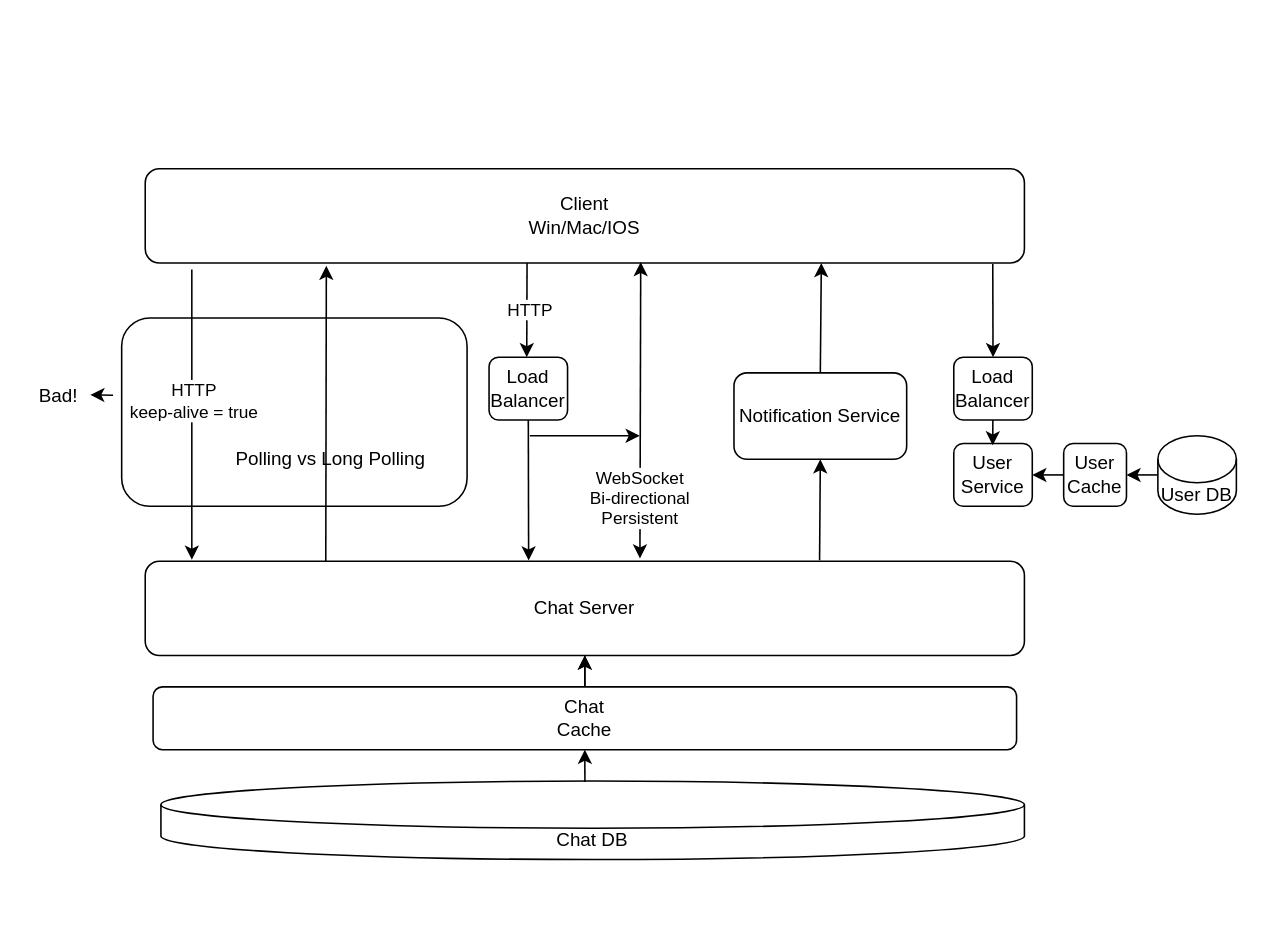
Earlier version of the draw.io diagram 10_Chat.drawio (xwq172677170/SysdDiagram). Source tidied: cells renumbered, new cells numbered last; positions are measured from the earlier drawing's top-left corner, leaving out a move shared by most shapes. Both pictures are drawn from the tidied source at 157%, with x=0, y=0 at pixel (27, 168).
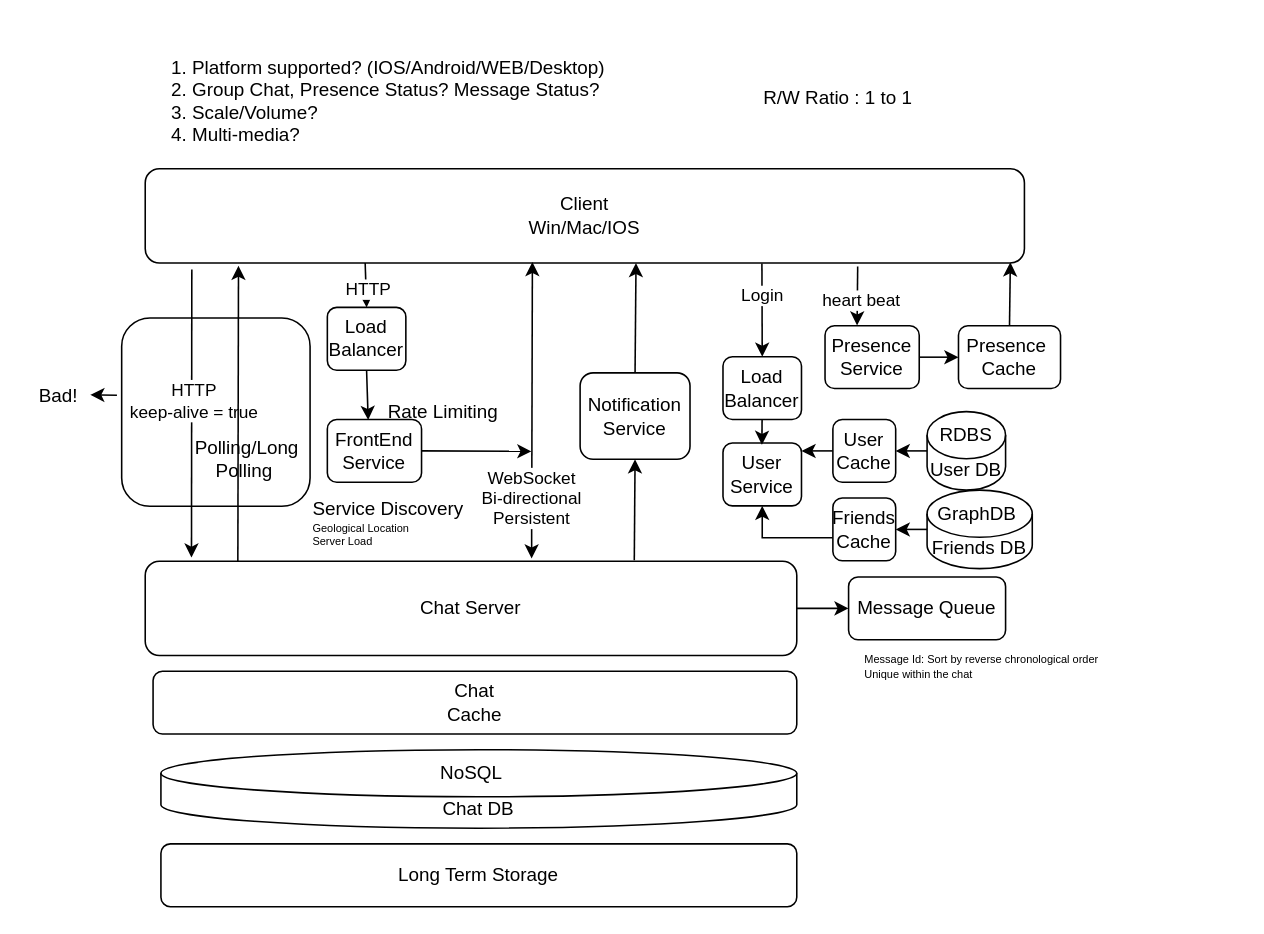
After the change.

Unchanged cells that the change refers to:
```xml
<mxCell id="3" value="Client&lt;br&gt;Win/Mac/IOS" style="rounded=1;whiteSpace=wrap;html=1;" parent="1" vertex="1">
  <mxGeometry x="75" width="560" height="60" as="geometry" />
</mxCell>
```

Diff of the diagram source:
```diff
@@
     <mxCell id="2" style="rounded=1;whiteSpace=wrap;html=1;" parent="1" vertex="1">
-      <mxGeometry x="60" y="95" width="220" height="120" as="geometry" />
+      <mxGeometry x="60" y="95" width="120" height="120" as="geometry" />
     </mxCell>
@@
     <mxCell id="4" value="Chat Server" style="rounded=1;whiteSpace=wrap;html=1;" parent="1" vertex="1">
-      <mxGeometry x="75" y="250" width="560" height="60" as="geometry" />
+      <mxGeometry x="75" y="250" width="415" height="60" as="geometry" />
     </mxCell>
-    <mxCell id="5" style="endArrow=classic;html=1;rounded=0;exitX=0.053;exitY=1.07;exitDx=0;exitDy=0;exitPerimeter=0;entryX=0.053;entryY=-0.017;entryDx=0;entryDy=0;entryPerimeter=0;" parent="1" edge="1" source="3" target="4">
+    <mxCell id="5" style="endArrow=classic;html=1;rounded=0;exitX=0.053;exitY=1.07;exitDx=0;exitDy=0;exitPerimeter=0;entryX=0.071;entryY=-0.039;entryDx=0;entryDy=0;entryPerimeter=0;" parent="1" edge="1" source="3" target="4">
       <mxGeometry relative="1" as="geometry" />
     </mxCell>
@@
-    <mxCell id="7" style="endArrow=classic;html=1;rounded=0;entryX=0.206;entryY=1.03;entryDx=0;entryDy=0;entryPerimeter=0;" parent="1" edge="1" target="3">
+    <mxCell id="7" style="endArrow=classic;html=1;rounded=0;entryX=0.206;entryY=1.03;entryDx=0;entryDy=0;entryPerimeter=0;" parent="1" edge="1">
       <mxGeometry relative="1" as="geometry">
-        <mxPoint x="190" y="250" as="sourcePoint" />
+        <mxPoint x="134" y="250" as="sourcePoint" />
+        <mxPoint x="134.4" y="61.8" as="targetPoint" />
       </mxGeometry>
     </mxCell>
-    <mxCell id="8" value="Polling vs Long Polling&amp;nbsp;" style="text;html=1;strokeColor=none;fillColor=none;align=center;verticalAlign=middle;whiteSpace=wrap;rounded=0;" parent="1" vertex="1">
-      <mxGeometry x="130" y="170" width="130" height="30" as="geometry" />
+    <mxCell id="8" value="Polling/Long Polling&amp;nbsp;" style="text;html=1;strokeColor=none;fillColor=none;align=center;verticalAlign=middle;whiteSpace=wrap;rounded=0;" parent="1" vertex="1">
+      <mxGeometry x="110" y="169.7" width="60" height="30" as="geometry" />
     </mxCell>
     <mxCell id="9" style="endArrow=classic;startArrow=classic;html=1;rounded=0;entryX=0.569;entryY=0.99;entryDx=0;entryDy=0;entryPerimeter=0;exitX=0.568;exitY=-0.03;exitDx=0;exitDy=0;exitPerimeter=0;" parent="1" edge="1">
       <mxGeometry relative="1" as="geometry">
-        <mxPoint x="390.1" y="248.2" as="sourcePoint" />
-        <mxPoint x="390.6" y="59.4" as="targetPoint" />
+        <mxPoint x="321.1" y="248.2" as="sourcePoint" />
+        <mxPoint x="321.6" y="59.4" as="targetPoint" />
       </mxGeometry>
     </mxCell>
@@
     <mxCell id="11" value="Chat DB" style="shape=cylinder3;whiteSpace=wrap;html=1;boundedLbl=1;backgroundOutline=1;size=15;" parent="1" vertex="1">
-      <mxGeometry x="85" y="390" width="550" height="50" as="geometry" />
+      <mxGeometry x="85" y="370" width="405" height="50" as="geometry" />
     </mxCell>
-    <mxCell id="12" style="edgeStyle=orthogonalEdgeStyle;rounded=0;jettySize=auto;html=1;" parent="1" edge="1" source="14">
-      <mxGeometry relative="1" as="geometry">
-        <mxPoint x="355" y="310" as="targetPoint" />
-      </mxGeometry>
-    </mxCell>
-    <mxCell id="13" style="edgeStyle=orthogonalEdgeStyle;rounded=0;jettySize=auto;html=1;" parent="1" edge="1" source="14" target="4">
-      <mxGeometry relative="1" as="geometry" />
-    </mxCell>
     <mxCell id="14" value="Chat&lt;br&gt;Cache" style="rounded=1;whiteSpace=wrap;html=1;" parent="1" vertex="1">
-      <mxGeometry x="80" y="330" width="550" height="40" as="geometry" />
+      <mxGeometry x="80" y="320" width="410" height="40" as="geometry" />
     </mxCell>
     <mxCell id="15" value="User Service" style="rounded=1;whiteSpace=wrap;html=1;" parent="1" vertex="1">
-      <mxGeometry x="590" y="175" width="50" height="40" as="geometry" />
+      <mxGeometry x="443" y="174.7" width="50" height="40" as="geometry" />
     </mxCell>
-    <mxCell id="16" style="endArrow=classic;html=1;rounded=0;entryX=0.5;entryY=1;entryDx=0;entryDy=0;exitX=0.491;exitY=0.013;exitDx=0;exitDy=0;exitPerimeter=0;" parent="1" edge="1" source="11" target="14">
-      <mxGeometry relative="1" as="geometry" />
-    </mxCell>
     <mxCell id="17" value="Load Balancer" style="rounded=1;whiteSpace=wrap;html=1;" parent="1" vertex="1">
-      <mxGeometry x="590" y="120" width="50" height="40" as="geometry" />
+      <mxGeometry x="443" y="119.7" width="50" height="40" as="geometry" />
     </mxCell>
-    <mxCell id="18" style="endArrow=classic;html=1;rounded=0;entryX=0.5;entryY=0;entryDx=0;entryDy=0;exitX=0.964;exitY=1.011;exitDx=0;exitDy=0;exitPerimeter=0;" parent="1" edge="1" source="3" target="17">
-      <mxGeometry relative="1" as="geometry" />
+    <mxCell id="18" style="endArrow=classic;html=1;rounded=0;entryX=0.5;entryY=0;entryDx=0;entryDy=0;exitX=0.964;exitY=1.011;exitDx=0;exitDy=0;exitPerimeter=0;" parent="1" edge="1" target="17">
+      <mxGeometry relative="1" as="geometry">
+        <mxPoint x="467.8" y="60.3" as="sourcePoint" />
+      </mxGeometry>
     </mxCell>
+    <mxCell id="34" value="Login" style="edgeLabel;html=1;align=center;verticalAlign=middle;" parent="18" vertex="1">
+      <mxGeometry x="-0.32" relative="1" as="geometry" />
+    </mxCell>
     <mxCell id="19" style="endArrow=classic;html=1;rounded=0;entryX=0.496;entryY=0.029;entryDx=0;entryDy=0;exitX=0.964;exitY=1.011;exitDx=0;exitDy=0;exitPerimeter=0;entryPerimeter=0;" parent="1" edge="1" target="15">
       <mxGeometry relative="1" as="geometry">
-        <mxPoint x="614.9" y="160" as="sourcePoint" />
+        <mxPoint x="467.9" y="159.7" as="sourcePoint" />
       </mxGeometry>
     </mxCell>
@@
-    <mxCell id="22" style="endArrow=classic;html=1;rounded=0;exitX=0.42;exitY=1;exitDx=0;exitDy=0;exitPerimeter=0;" parent="1" edge="1">
+    <mxCell id="22" style="endArrow=classic;html=1;rounded=0;exitX=0.427;exitY=1.028;exitDx=0;exitDy=0;exitPerimeter=0;entryX=0.5;entryY=0;entryDx=0;entryDy=0;" parent="1" edge="1" target="25">
       <mxGeometry relative="1" as="geometry">
-        <mxPoint x="318.2" y="60" as="sourcePoint" />
-        <mxPoint x="318" y="120" as="targetPoint" />
+        <mxPoint x="215.1" y="60" as="sourcePoint" />
       </mxGeometry>
     </mxCell>
@@
-    <mxCell id="24" style="endArrow=classic;html=1;rounded=0;" parent="1" edge="1">
+    <mxCell id="24" style="endArrow=classic;html=1;rounded=0;exitX=1;exitY=0.5;exitDx=0;exitDy=0;" parent="1" edge="1" source="41">
       <mxGeometry relative="1" as="geometry">
-        <mxPoint x="320" y="170" as="sourcePoint" />
-        <mxPoint x="390" y="170" as="targetPoint" />
+        <mxPoint x="321" y="180" as="targetPoint" />
       </mxGeometry>
     </mxCell>
     <mxCell id="25" value="Load Balancer" style="rounded=1;whiteSpace=wrap;html=1;" parent="1" vertex="1">
-      <mxGeometry x="294" y="120" width="50" height="40" as="geometry" />
+      <mxGeometry x="191" y="88.3" width="50" height="40" as="geometry" />
     </mxCell>
-    <mxCell id="26" style="endArrow=classic;html=1;rounded=0;exitX=0.5;exitY=1;exitDx=0;exitDy=0;entryX=0.429;entryY=-0.009;entryDx=0;entryDy=0;entryPerimeter=0;" parent="1" edge="1" source="25">
+    <mxCell id="26" style="endArrow=classic;html=1;rounded=0;exitX=0.5;exitY=1;exitDx=0;exitDy=0;" parent="1" edge="1" source="25">
       <mxGeometry relative="1" as="geometry">
-        <mxPoint x="319.2" y="249.5" as="targetPoint" />
+        <mxPoint x="217" y="160" as="targetPoint" />
       </mxGeometry>
     </mxCell>
     <mxCell id="27" value="Notification Service" style="rounded=1;whiteSpace=wrap;html=1;" parent="1" vertex="1">
-      <mxGeometry x="450" y="130" width="110" height="55" as="geometry" />
+      <mxGeometry x="352" y="130" width="70" height="55" as="geometry" />
     </mxCell>
-    <mxCell id="28" style="endArrow=classic;html=1;rounded=0;entryX=0.5;entryY=1;entryDx=0;entryDy=0;exitX=0.767;exitY=-0.01;exitDx=0;exitDy=0;exitPerimeter=0;" parent="1" edge="1" source="4" target="27">
-      <mxGeometry relative="1" as="geometry" />
+    <mxCell id="28" style="endArrow=classic;html=1;rounded=0;entryX=0.5;entryY=1;entryDx=0;entryDy=0;exitX=0.767;exitY=-0.01;exitDx=0;exitDy=0;exitPerimeter=0;" parent="1" edge="1" target="27">
+      <mxGeometry relative="1" as="geometry">
+        <mxPoint x="386.5" y="249.4" as="sourcePoint" />
+      </mxGeometry>
     </mxCell>
-    <mxCell id="29" style="endArrow=classic;html=1;rounded=0;entryX=0.769;entryY=1;entryDx=0;entryDy=0;exitX=0.5;exitY=0;exitDx=0;exitDy=0;entryPerimeter=0;" parent="1" edge="1" source="27" target="3">
-      <mxGeometry relative="1" as="geometry" />
+    <mxCell id="29" style="endArrow=classic;html=1;rounded=0;entryX=0.769;entryY=1;entryDx=0;entryDy=0;exitX=0.5;exitY=0;exitDx=0;exitDy=0;entryPerimeter=0;" parent="1" edge="1" source="27">
+      <mxGeometry relative="1" as="geometry">
+        <mxPoint x="387.6" y="60" as="targetPoint" />
+      </mxGeometry>
     </mxCell>
     <mxCell id="30" value="User DB" style="shape=cylinder3;whiteSpace=wrap;html=1;boundedLbl=1;backgroundOutline=1;size=15;" parent="1" vertex="1">
-      <mxGeometry x="720" y="170" width="50" height="50" as="geometry" />
+      <mxGeometry x="573" y="154.7" width="50" height="50" as="geometry" />
     </mxCell>
     <mxCell id="31" style="edgeStyle=orthogonalEdgeStyle;rounded=0;jettySize=auto;html=1;entryX=1;entryY=0.5;entryDx=0;entryDy=0;" parent="1" edge="1" source="32">
       <mxGeometry relative="1" as="geometry">
-        <mxPoint x="640" y="195" as="targetPoint" />
+        <mxPoint x="493" y="179.7" as="targetPoint" />
       </mxGeometry>
     </mxCell>
     <mxCell id="32" value="User&lt;br&gt;Cache" style="rounded=1;whiteSpace=wrap;html=1;" parent="1" vertex="1">
-      <mxGeometry x="660" y="175" width="40" height="40" as="geometry" />
+      <mxGeometry x="513" y="159.7" width="40" height="40" as="geometry" />
     </mxCell>
@@
+    <mxCell id="35" value="Presence Service" style="rounded=1;whiteSpace=wrap;html=1;" parent="1" vertex="1">
+      <mxGeometry x="508" y="100" width="60" height="40" as="geometry" />
+    </mxCell>
+    <mxCell id="36" style="endArrow=classic;html=1;rounded=0;exitX=0.93;exitY=1.039;exitDx=0;exitDy=0;exitPerimeter=0;entryX=0.34;entryY=-0.004;entryDx=0;entryDy=0;entryPerimeter=0;" parent="1" edge="1" target="35">
+      <mxGeometry relative="1" as="geometry">
+        <mxPoint x="528.8" y="62.3" as="sourcePoint" />
+      </mxGeometry>
+    </mxCell>
+    <mxCell id="37" value="heart beat" style="edgeLabel;html=1;align=center;verticalAlign=middle;" parent="36" vertex="1">
+      <mxGeometry x="0.13" y="2" relative="1" as="geometry" />
+    </mxCell>
+    <mxCell id="38" value="Presence&amp;nbsp;&lt;br&gt;Cache" style="rounded=1;whiteSpace=wrap;html=1;" parent="1" vertex="1">
+      <mxGeometry x="593" y="100" width="65" height="40" as="geometry" />
+    </mxCell>
+    <mxCell id="39" style="endArrow=classic;html=1;rounded=0;exitX=1;exitY=0.5;exitDx=0;exitDy=0;" parent="1" edge="1" source="35">
+      <mxGeometry relative="1" as="geometry">
+        <mxPoint x="593" y="120" as="targetPoint" />
+      </mxGeometry>
+    </mxCell>
+    <mxCell id="40" value="Message Queue" style="rounded=1;whiteSpace=wrap;html=1;" parent="1" vertex="1">
+      <mxGeometry x="523" y="260" width="100" height="40" as="geometry" />
+    </mxCell>
+    <mxCell id="41" value="FrontEnd&lt;br&gt;Service" style="rounded=1;whiteSpace=wrap;html=1;" parent="1" vertex="1">
+      <mxGeometry x="191" y="159.7" width="60" height="40" as="geometry" />
+    </mxCell>
+    <mxCell id="42" style="endArrow=classic;html=1;rounded=0;exitX=0.5;exitY=0;exitDx=0;exitDy=0;entryX=0.984;entryY=0.993;entryDx=0;entryDy=0;entryPerimeter=0;" parent="1" edge="1" source="38" target="3">
+      <mxGeometry relative="1" as="geometry" />
+    </mxCell>
+    <mxCell id="43" value="&lt;font style=&quot;text-align: left; border-color: var(--border-color); font-size: 7px;&quot;&gt;Message Id:&amp;nbsp;&lt;/font&gt;&lt;span style=&quot;font-size: 7px;&quot;&gt;Sort by reverse chronological order&lt;br&gt;&lt;div style=&quot;text-align: left;&quot;&gt;&lt;span style=&quot;background-color: initial;&quot;&gt;Unique within the chat&lt;/span&gt;&lt;/div&gt;&lt;/span&gt;" style="text;html=1;strokeColor=none;fillColor=none;align=center;verticalAlign=middle;whiteSpace=wrap;rounded=0;" parent="1" vertex="1">
+      <mxGeometry x="523" y="290" width="170" height="50" as="geometry" />
+    </mxCell>
+    <mxCell id="44" value="Long Term Storage" style="rounded=1;whiteSpace=wrap;html=1;" parent="1" vertex="1">
+      <mxGeometry x="85" y="430" width="405" height="40" as="geometry" />
+    </mxCell>
+    <mxCell id="45" value="Rate Limiting" style="text;html=1;strokeColor=none;fillColor=none;align=center;verticalAlign=middle;whiteSpace=wrap;rounded=0;" parent="1" vertex="1">
+      <mxGeometry x="220" y="144.8" width="90" height="20.3" as="geometry" />
+    </mxCell>
+    <mxCell id="46" value="Service Discovery&lt;div style=&quot;line-height: 50%;&quot;&gt;&lt;span style=&quot;background-color: initial; font-size: 7px;&quot;&gt;Geological Location&lt;/span&gt;&lt;/div&gt;&lt;div style=&quot;line-height: 50%;&quot;&gt;&lt;span style=&quot;font-size: 7px;&quot;&gt;Server Load&lt;/span&gt;&lt;/div&gt;" style="text;html=1;strokeColor=none;fillColor=none;align=left;verticalAlign=middle;whiteSpace=wrap;rounded=0;" parent="1" vertex="1">
+      <mxGeometry x="180" y="210" width="101" height="30" as="geometry" />
+    </mxCell>
+    <mxCell id="47" value="&lt;br&gt;1. Platform supported? (IOS/Android/WEB/Desktop)&lt;br&gt;&lt;div style=&quot;text-align: left;&quot;&gt;&lt;span style=&quot;background-color: initial;&quot;&gt;2. Group Chat, Presence Status? Message Status?&lt;/span&gt;&lt;/div&gt;&lt;div style=&quot;text-align: left;&quot;&gt;&lt;span style=&quot;background-color: initial;&quot;&gt;3. Scale/Volume?&lt;/span&gt;&lt;/div&gt;&lt;div style=&quot;text-align: left;&quot;&gt;&lt;span style=&quot;background-color: initial;&quot;&gt;4. Multi-media?&lt;/span&gt;&lt;/div&gt;" style="text;html=1;strokeColor=none;fillColor=none;align=center;verticalAlign=middle;whiteSpace=wrap;rounded=0;" parent="1" vertex="1">
+      <mxGeometry x="50" y="-90" width="360" height="80" as="geometry" />
+    </mxCell>
+    <mxCell id="48" style="endArrow=classic;html=1;rounded=0;exitX=1;exitY=0.5;exitDx=0;exitDy=0;entryX=0;entryY=0.5;entryDx=0;entryDy=0;" parent="1" edge="1" source="4" target="40">
+      <mxGeometry relative="1" as="geometry" />
+    </mxCell>
+    <mxCell id="49" value="Friends DB" style="shape=cylinder3;whiteSpace=wrap;html=1;boundedLbl=1;backgroundOutline=1;size=15;" parent="1" vertex="1">
+      <mxGeometry x="573" y="204.7" width="67" height="50" as="geometry" />
+    </mxCell>
+    <mxCell id="50" style="edgeStyle=orthogonalEdgeStyle;rounded=0;jettySize=auto;html=1;entryX=0.5;entryY=1;entryDx=0;entryDy=0;" parent="1" edge="1" source="51" target="15">
+      <mxGeometry relative="1" as="geometry">
+        <Array as="points">
+          <mxPoint x="468" y="235" />
+        </Array>
+      </mxGeometry>
+    </mxCell>
+    <mxCell id="51" value="Friends Cache" style="rounded=1;whiteSpace=wrap;html=1;" parent="1" vertex="1">
+      <mxGeometry x="513" y="209.7" width="40" height="40" as="geometry" />
+    </mxCell>
+    <mxCell id="52" style="endArrow=classic;html=1;rounded=0;entryX=1;entryY=0.5;entryDx=0;entryDy=0;exitX=0;exitY=0.5;exitDx=0;exitDy=0;exitPerimeter=0;" parent="1" edge="1" source="49" target="51">
+      <mxGeometry relative="1" as="geometry" />
+    </mxCell>
+    <mxCell id="53" value="GraphDB" style="text;html=1;strokeColor=none;fillColor=none;align=center;verticalAlign=middle;whiteSpace=wrap;rounded=0;" parent="1" vertex="1">
+      <mxGeometry x="575" y="205" width="60" height="30" as="geometry" />
+    </mxCell>
+    <mxCell id="54" value="RDBS" style="text;html=1;strokeColor=none;fillColor=none;align=center;verticalAlign=middle;whiteSpace=wrap;rounded=0;" parent="1" vertex="1">
+      <mxGeometry x="568" y="155" width="60" height="30" as="geometry" />
+    </mxCell>
+    <mxCell id="55" value="NoSQL" style="text;html=1;strokeColor=none;fillColor=none;align=center;verticalAlign=middle;whiteSpace=wrap;rounded=0;" parent="1" vertex="1">
+      <mxGeometry x="253" y="370" width="60" height="30" as="geometry" />
+    </mxCell>
+    <mxCell id="56" value="R/W Ratio : 1 to 1" style="text;html=1;strokeColor=none;fillColor=none;align=center;verticalAlign=middle;whiteSpace=wrap;rounded=0;" parent="1" vertex="1">
+      <mxGeometry x="453" y="-60" width="127" height="30" as="geometry" />
+    </mxCell>
```
